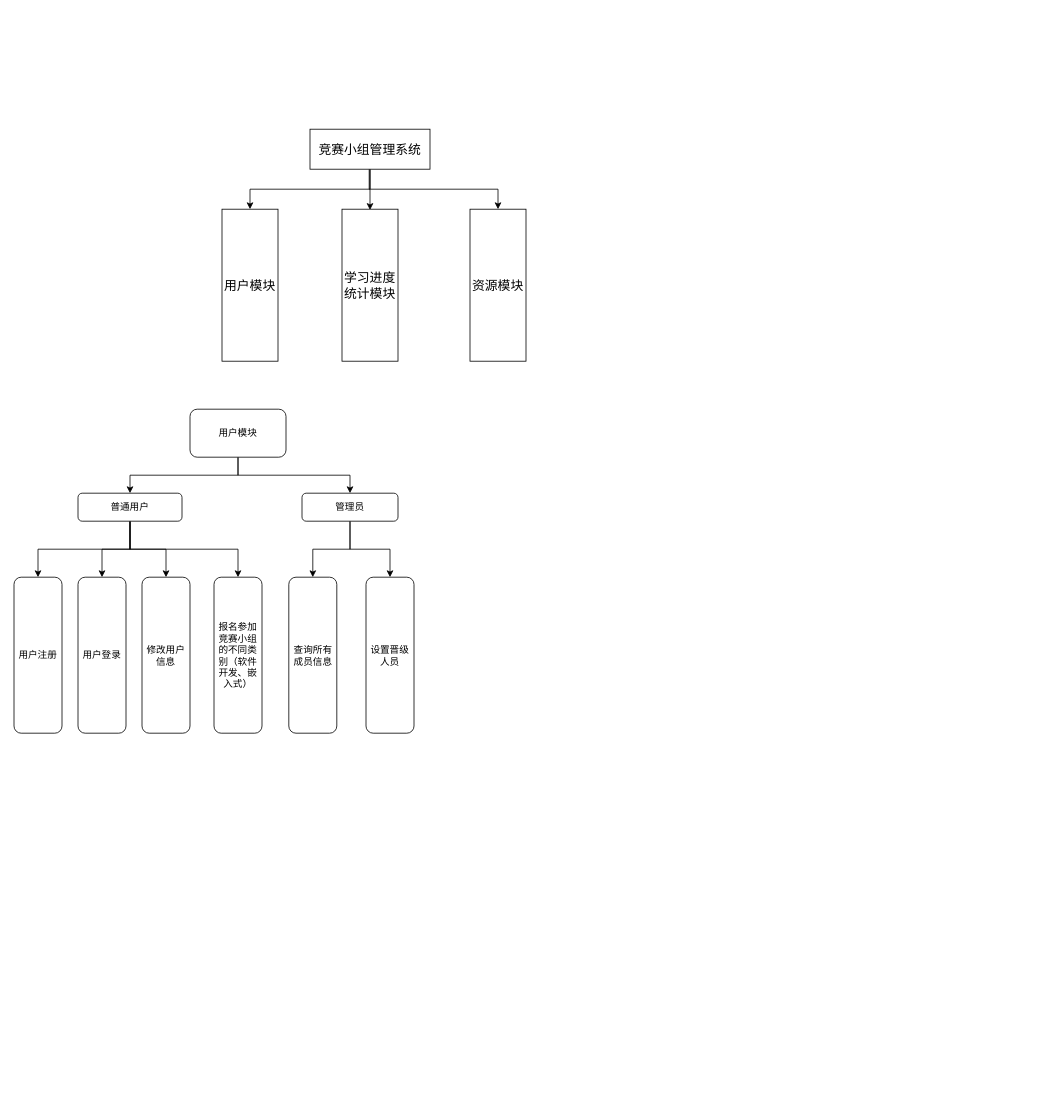
Above: 竞赛小组管理.drawio in woshilmx/drawio (draw.io), before the change. Source tidied: cells renumbered, new cells numbered last; positions are measured from the earlier drawing's top-left corner, leaving out a move shared by most shapes. Both pictures are drawn from the tidied source at 80%, with x=0, y=0 at pixel (14, 129).
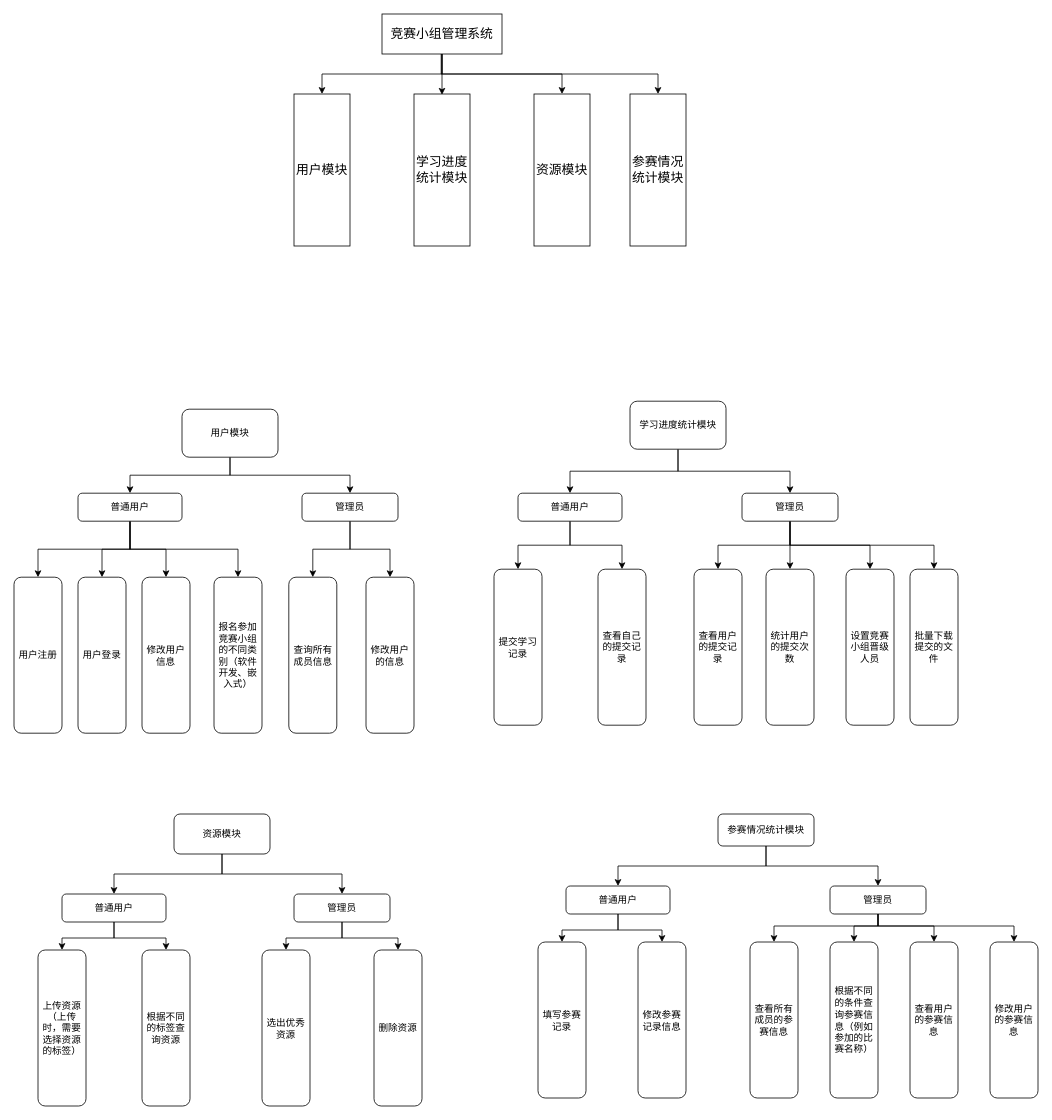
After the change.

Commit message (it also covers changes not shown here):
更新竞赛小组管理.drawio

Diff of the diagram source:
```diff
@@
     <mxCell id="3" style="edgeStyle=orthogonalEdgeStyle;rounded=0;orthogonalLoop=1;jettySize=auto;html=1;exitX=0.5;exitY=1;exitDx=0;exitDy=0;entryX=0.657;entryY=0.005;entryDx=0;entryDy=0;entryPerimeter=0;" parent="1" edge="1">
       <mxGeometry relative="1" as="geometry">
-        <mxPoint x="444" y="50" as="sourcePoint" />
-        <mxPoint x="445" y="101" as="targetPoint" />
+        <mxPoint x="534" y="-94" as="sourcePoint" />
+        <mxPoint x="535" y="-43" as="targetPoint" />
         <Array as="points">
-          <mxPoint x="444" y="75" />
-          <mxPoint x="445" y="75" />
+          <mxPoint x="534" y="-69" />
+          <mxPoint x="535" y="-69" />
         </Array>
       </mxGeometry>
     </mxCell>
@@
+    <mxCell id="26" style="edgeStyle=orthogonalEdgeStyle;rounded=0;jettySize=auto;html=1;exitX=0.5;exitY=1;exitDx=0;exitDy=0;" parent="1" edge="1" source="5" target="56">
+      <mxGeometry relative="1" as="geometry" />
+    </mxCell>
     <mxCell id="5" value="竞赛小组管理系统" style="rounded=0;whiteSpace=wrap;html=1;fontSize=16;" parent="1" vertex="1">
-      <mxGeometry x="370" width="150" height="50" as="geometry" />
+      <mxGeometry x="460" y="-144" width="150" height="50" as="geometry" />
     </mxCell>
     <mxCell id="6" value="用户模块" style="rounded=0;whiteSpace=wrap;html=1;fontSize=16;" parent="1" vertex="1">
-      <mxGeometry x="260" y="100" width="70" height="190" as="geometry" />
+      <mxGeometry x="350" y="-44" width="70" height="190" as="geometry" />
     </mxCell>
     <mxCell id="7" value="学习进度统计模块" style="rounded=0;whiteSpace=wrap;html=1;fontSize=16;" parent="1" vertex="1">
-      <mxGeometry x="410" y="100" width="70" height="190" as="geometry" />
+      <mxGeometry x="500" y="-44" width="70" height="190" as="geometry" />
     </mxCell>
     <mxCell id="8" value="资源模块" style="rounded=0;whiteSpace=wrap;html=1;fontSize=16;" parent="1" vertex="1">
-      <mxGeometry x="570" y="100" width="70" height="190" as="geometry" />
+      <mxGeometry x="650" y="-44" width="70" height="190" as="geometry" />
     </mxCell>
@@
     <mxCell id="11" value="用户模块" style="rounded=1;whiteSpace=wrap;html=1;" parent="1" vertex="1">
-      <mxGeometry x="220" y="350" width="120" height="60" as="geometry" />
+      <mxGeometry x="210" y="350" width="120" height="60" as="geometry" />
     </mxCell>
@@
-    <mxCell id="13" value="设置晋级人员" style="rounded=1;whiteSpace=wrap;html=1;" parent="1" vertex="1">
+    <mxCell id="13" value="修改用户的信息" style="rounded=1;whiteSpace=wrap;html=1;" parent="1" vertex="1">
       <mxGeometry x="440" y="560" width="60" height="195" as="geometry" />
     </mxCell>
@@
+    <mxCell id="27" style="edgeStyle=orthogonalEdgeStyle;rounded=0;jettySize=auto;html=1;exitX=0.5;exitY=1;exitDx=0;exitDy=0;entryX=0.5;entryY=0;entryDx=0;entryDy=0;" parent="1" edge="1" source="29" target="32">
+      <mxGeometry relative="1" as="geometry" />
+    </mxCell>
+    <mxCell id="28" style="edgeStyle=orthogonalEdgeStyle;rounded=0;jettySize=auto;html=1;exitX=0.5;exitY=1;exitDx=0;exitDy=0;entryX=0.5;entryY=0;entryDx=0;entryDy=0;" parent="1" edge="1" source="29" target="37">
+      <mxGeometry relative="1" as="geometry" />
+    </mxCell>
+    <mxCell id="29" value="学习进度统计模块" style="rounded=1;whiteSpace=wrap;html=1;" parent="1" vertex="1">
+      <mxGeometry x="770" y="340" width="120" height="60" as="geometry" />
+    </mxCell>
+    <mxCell id="30" style="edgeStyle=orthogonalEdgeStyle;rounded=0;jettySize=auto;html=1;" parent="1" edge="1" source="32" target="39">
+      <mxGeometry relative="1" as="geometry" />
+    </mxCell>
+    <mxCell id="31" style="edgeStyle=orthogonalEdgeStyle;rounded=0;jettySize=auto;html=1;exitX=0.5;exitY=1;exitDx=0;exitDy=0;entryX=0.5;entryY=0;entryDx=0;entryDy=0;" parent="1" edge="1" source="32" target="38">
+      <mxGeometry relative="1" as="geometry" />
+    </mxCell>
+    <mxCell id="32" value="普通用户" style="rounded=1;whiteSpace=wrap;html=1;" parent="1" vertex="1">
+      <mxGeometry x="630" y="455" width="130" height="35" as="geometry" />
+    </mxCell>
+    <mxCell id="33" style="edgeStyle=orthogonalEdgeStyle;rounded=0;jettySize=auto;html=1;exitX=0.5;exitY=1;exitDx=0;exitDy=0;entryX=0.5;entryY=0;entryDx=0;entryDy=0;" parent="1" edge="1" source="37" target="40">
+      <mxGeometry relative="1" as="geometry" />
+    </mxCell>
+    <mxCell id="34" style="edgeStyle=orthogonalEdgeStyle;rounded=0;jettySize=auto;html=1;exitX=0.5;exitY=1;exitDx=0;exitDy=0;entryX=0.5;entryY=0;entryDx=0;entryDy=0;" parent="1" edge="1" source="37" target="41">
+      <mxGeometry relative="1" as="geometry" />
+    </mxCell>
+    <mxCell id="35" style="edgeStyle=orthogonalEdgeStyle;rounded=0;jettySize=auto;html=1;exitX=0.5;exitY=1;exitDx=0;exitDy=0;entryX=0.5;entryY=0;entryDx=0;entryDy=0;" parent="1" edge="1" source="37" target="42">
+      <mxGeometry relative="1" as="geometry" />
+    </mxCell>
+    <mxCell id="36" style="edgeStyle=orthogonalEdgeStyle;rounded=0;jettySize=auto;html=1;exitX=0.5;exitY=1;exitDx=0;exitDy=0;entryX=0.5;entryY=0;entryDx=0;entryDy=0;" parent="1" edge="1" source="37" target="74">
+      <mxGeometry relative="1" as="geometry" />
+    </mxCell>
+    <mxCell id="37" value="管理员" style="rounded=1;whiteSpace=wrap;html=1;" parent="1" vertex="1">
+      <mxGeometry x="910" y="455" width="120" height="35" as="geometry" />
+    </mxCell>
+    <mxCell id="38" value="提交学习记录" style="rounded=1;whiteSpace=wrap;html=1;" parent="1" vertex="1">
+      <mxGeometry x="600" y="550" width="60" height="195" as="geometry" />
+    </mxCell>
+    <mxCell id="39" value="查看自己的提交记录" style="rounded=1;whiteSpace=wrap;html=1;" parent="1" vertex="1">
+      <mxGeometry x="730" y="550" width="60" height="195" as="geometry" />
+    </mxCell>
+    <mxCell id="40" value="查看用户的提交记录" style="rounded=1;whiteSpace=wrap;html=1;" parent="1" vertex="1">
+      <mxGeometry x="850" y="550" width="60" height="195" as="geometry" />
+    </mxCell>
+    <mxCell id="41" value="统计用户的提交次数" style="rounded=1;whiteSpace=wrap;html=1;" parent="1" vertex="1">
+      <mxGeometry x="940" y="550" width="60" height="195" as="geometry" />
+    </mxCell>
+    <mxCell id="42" value="设置竞赛小组晋级人员" style="rounded=1;whiteSpace=wrap;html=1;" parent="1" vertex="1">
+      <mxGeometry x="1040" y="550" width="60" height="195" as="geometry" />
+    </mxCell>
+    <mxCell id="43" style="edgeStyle=orthogonalEdgeStyle;rounded=0;jettySize=auto;html=1;exitX=0.5;exitY=1;exitDx=0;exitDy=0;entryX=0.5;entryY=0;entryDx=0;entryDy=0;" parent="1" edge="1" source="45" target="48">
+      <mxGeometry relative="1" as="geometry" />
+    </mxCell>
+    <mxCell id="44" style="edgeStyle=orthogonalEdgeStyle;rounded=0;jettySize=auto;html=1;exitX=0.5;exitY=1;exitDx=0;exitDy=0;entryX=0.5;entryY=0;entryDx=0;entryDy=0;" parent="1" edge="1" source="45" target="51">
+      <mxGeometry relative="1" as="geometry" />
+    </mxCell>
+    <mxCell id="45" value="资源模块" style="rounded=1;whiteSpace=wrap;html=1;" parent="1" vertex="1">
+      <mxGeometry x="200" y="856" width="120" height="50" as="geometry" />
+    </mxCell>
+    <mxCell id="46" style="edgeStyle=orthogonalEdgeStyle;rounded=0;jettySize=auto;html=1;exitX=0.5;exitY=1;exitDx=0;exitDy=0;entryX=0.5;entryY=0;entryDx=0;entryDy=0;" parent="1" edge="1" source="48" target="52">
+      <mxGeometry relative="1" as="geometry" />
+    </mxCell>
+    <mxCell id="47" style="edgeStyle=orthogonalEdgeStyle;rounded=0;jettySize=auto;html=1;exitX=0.5;exitY=1;exitDx=0;exitDy=0;entryX=0.5;entryY=0;entryDx=0;entryDy=0;" parent="1" edge="1" source="48" target="53">
+      <mxGeometry relative="1" as="geometry" />
+    </mxCell>
+    <mxCell id="48" value="普通用户" style="rounded=1;whiteSpace=wrap;html=1;" parent="1" vertex="1">
+      <mxGeometry x="60" y="956" width="130" height="35" as="geometry" />
+    </mxCell>
+    <mxCell id="49" style="edgeStyle=orthogonalEdgeStyle;rounded=0;jettySize=auto;html=1;exitX=0.5;exitY=1;exitDx=0;exitDy=0;entryX=0.5;entryY=0;entryDx=0;entryDy=0;" parent="1" edge="1" source="51" target="54">
+      <mxGeometry relative="1" as="geometry" />
+    </mxCell>
+    <mxCell id="50" style="edgeStyle=orthogonalEdgeStyle;rounded=0;jettySize=auto;html=1;exitX=0.5;exitY=1;exitDx=0;exitDy=0;entryX=0.5;entryY=0;entryDx=0;entryDy=0;" parent="1" edge="1" source="51" target="55">
+      <mxGeometry relative="1" as="geometry" />
+    </mxCell>
+    <mxCell id="51" value="管理员" style="rounded=1;whiteSpace=wrap;html=1;" parent="1" vertex="1">
+      <mxGeometry x="350" y="956" width="120" height="35" as="geometry" />
+    </mxCell>
+    <mxCell id="52" value="上传资源（上传时，需要选择资源的标签）" style="rounded=1;whiteSpace=wrap;html=1;" parent="1" vertex="1">
+      <mxGeometry x="30" y="1026" width="60" height="195" as="geometry" />
+    </mxCell>
+    <mxCell id="53" value="根据不同的标签查询资源" style="rounded=1;whiteSpace=wrap;html=1;" parent="1" vertex="1">
+      <mxGeometry x="160" y="1026" width="60" height="195" as="geometry" />
+    </mxCell>
+    <mxCell id="54" value="选出优秀资源" style="rounded=1;whiteSpace=wrap;html=1;" parent="1" vertex="1">
+      <mxGeometry x="310" y="1026" width="60" height="195" as="geometry" />
+    </mxCell>
+    <mxCell id="55" value="删除资源" style="rounded=1;whiteSpace=wrap;html=1;" parent="1" vertex="1">
+      <mxGeometry x="450" y="1026" width="60" height="195" as="geometry" />
+    </mxCell>
+    <mxCell id="56" value="参赛情况统计模块" style="rounded=0;whiteSpace=wrap;html=1;fontSize=16;" parent="1" vertex="1">
+      <mxGeometry x="770" y="-44" width="70" height="190" as="geometry" />
+    </mxCell>
+    <mxCell id="57" style="edgeStyle=orthogonalEdgeStyle;rounded=0;jettySize=auto;html=1;exitX=0.5;exitY=1;exitDx=0;exitDy=0;entryX=0.5;entryY=0;entryDx=0;entryDy=0;" parent="1" edge="1" source="59" target="64">
+      <mxGeometry relative="1" as="geometry" />
+    </mxCell>
+    <mxCell id="58" style="edgeStyle=orthogonalEdgeStyle;rounded=0;jettySize=auto;html=1;exitX=0.5;exitY=1;exitDx=0;exitDy=0;entryX=0.5;entryY=0;entryDx=0;entryDy=0;" parent="1" edge="1" source="59" target="69">
+      <mxGeometry relative="1" as="geometry" />
+    </mxCell>
+    <mxCell id="59" value="参赛情况统计模块" style="rounded=1;whiteSpace=wrap;html=1;" parent="1" vertex="1">
+      <mxGeometry x="880" y="856" width="120" height="40" as="geometry" />
+    </mxCell>
+    <mxCell id="60" value="填写参赛记录" style="rounded=1;whiteSpace=wrap;html=1;" parent="1" vertex="1">
+      <mxGeometry x="655" y="1016" width="60" height="195" as="geometry" />
+    </mxCell>
+    <mxCell id="61" value="修改参赛记录信息" style="rounded=1;whiteSpace=wrap;html=1;" parent="1" vertex="1">
+      <mxGeometry x="780" y="1016" width="60" height="195" as="geometry" />
+    </mxCell>
+    <mxCell id="62" style="edgeStyle=orthogonalEdgeStyle;rounded=0;jettySize=auto;html=1;exitX=0.5;exitY=1;exitDx=0;exitDy=0;entryX=0.5;entryY=0;entryDx=0;entryDy=0;" parent="1" edge="1" source="64" target="60">
+      <mxGeometry relative="1" as="geometry" />
+    </mxCell>
+    <mxCell id="63" style="edgeStyle=orthogonalEdgeStyle;rounded=0;jettySize=auto;html=1;exitX=0.5;exitY=1;exitDx=0;exitDy=0;entryX=0.5;entryY=0;entryDx=0;entryDy=0;" parent="1" edge="1" source="64" target="61">
+      <mxGeometry relative="1" as="geometry" />
+    </mxCell>
+    <mxCell id="64" value="普通用户" style="rounded=1;whiteSpace=wrap;html=1;" parent="1" vertex="1">
+      <mxGeometry x="690" y="946" width="130" height="35" as="geometry" />
+    </mxCell>
+    <mxCell id="65" style="edgeStyle=orthogonalEdgeStyle;rounded=0;jettySize=auto;html=1;exitX=0.5;exitY=1;exitDx=0;exitDy=0;entryX=0.5;entryY=0;entryDx=0;entryDy=0;" parent="1" edge="1" source="69" target="70">
+      <mxGeometry relative="1" as="geometry">
+        <Array as="points">
+          <mxPoint x="1080" y="996" />
+          <mxPoint x="950" y="996" />
+        </Array>
+      </mxGeometry>
+    </mxCell>
+    <mxCell id="66" style="edgeStyle=orthogonalEdgeStyle;rounded=0;jettySize=auto;html=1;exitX=0.5;exitY=1;exitDx=0;exitDy=0;entryX=0.5;entryY=0;entryDx=0;entryDy=0;" parent="1" edge="1" source="69" target="71">
+      <mxGeometry relative="1" as="geometry">
+        <Array as="points">
+          <mxPoint x="1080" y="996" />
+          <mxPoint x="1050" y="996" />
+        </Array>
+      </mxGeometry>
+    </mxCell>
+    <mxCell id="67" style="edgeStyle=orthogonalEdgeStyle;rounded=0;jettySize=auto;html=1;exitX=0.5;exitY=1;exitDx=0;exitDy=0;entryX=0.5;entryY=0;entryDx=0;entryDy=0;" parent="1" edge="1" source="69" target="72">
+      <mxGeometry relative="1" as="geometry">
+        <Array as="points">
+          <mxPoint x="1080" y="996" />
+          <mxPoint x="1150" y="996" />
+        </Array>
+      </mxGeometry>
+    </mxCell>
+    <mxCell id="68" style="edgeStyle=orthogonalEdgeStyle;rounded=0;jettySize=auto;html=1;exitX=0.5;exitY=1;exitDx=0;exitDy=0;entryX=0.5;entryY=0;entryDx=0;entryDy=0;" parent="1" edge="1" source="69" target="73">
+      <mxGeometry relative="1" as="geometry">
+        <Array as="points">
+          <mxPoint x="1080" y="996" />
+          <mxPoint x="1250" y="996" />
+        </Array>
+      </mxGeometry>
+    </mxCell>
+    <mxCell id="69" value="管理员" style="rounded=1;whiteSpace=wrap;html=1;" parent="1" vertex="1">
+      <mxGeometry x="1020" y="946" width="120" height="35" as="geometry" />
+    </mxCell>
+    <mxCell id="70" value="查看所有成员的参赛信息" style="rounded=1;whiteSpace=wrap;html=1;" parent="1" vertex="1">
+      <mxGeometry x="920" y="1016" width="60" height="195" as="geometry" />
+    </mxCell>
+    <mxCell id="71" value="根据不同的条件查询参赛信息（例如参加的比赛名称）" style="rounded=1;whiteSpace=wrap;html=1;" parent="1" vertex="1">
+      <mxGeometry x="1020" y="1016" width="60" height="195" as="geometry" />
+    </mxCell>
+    <mxCell id="72" value="查看用户的参赛信息" style="rounded=1;whiteSpace=wrap;html=1;" parent="1" vertex="1">
+      <mxGeometry x="1120" y="1016" width="60" height="195" as="geometry" />
+    </mxCell>
+    <mxCell id="73" value="修改用户的参赛信息" style="rounded=1;whiteSpace=wrap;html=1;" parent="1" vertex="1">
+      <mxGeometry x="1220" y="1016" width="60" height="195" as="geometry" />
+    </mxCell>
+    <mxCell id="74" value="批量下载提交的文件" style="rounded=1;whiteSpace=wrap;html=1;" parent="1" vertex="1">
+      <mxGeometry x="1120" y="550" width="60" height="195" as="geometry" />
+    </mxCell>
```
